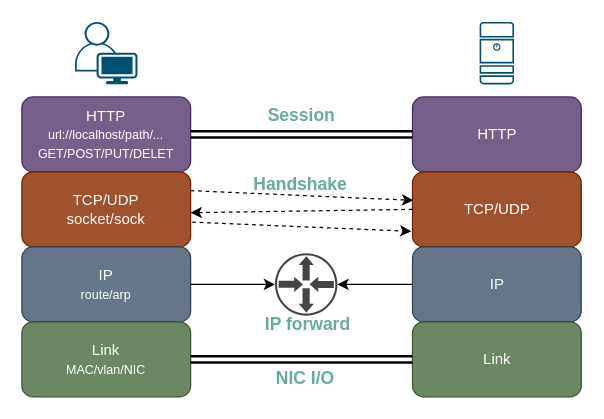
The draw.io diagram page "第 6 页" (6 of 6) of 123.drawio in SunLucc/Test, before the edit. Source tidied: cells renumbered, new cells numbered last; positions are measured from the earlier drawing's top-left corner, leaving out a move shared by most shapes. Both pictures are drawn from the tidied source at 125%, with x=0, y=0 at pixel (21, 21).
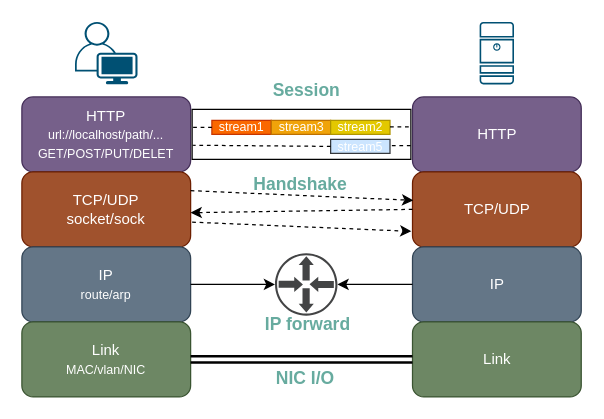
The same diagram, later.

Unchanged cells that the change refers to:
```xml
<mxCell id="2" style="group;" parent="1" vertex="1">
  <mxGeometry width="447.5" height="300" as="geometry" />
</mxCell>
<mxCell id="6" value="HTTP&lt;br style=&quot;font-size: 11px;&quot;&gt;&lt;font size=&quot;1&quot;&gt;url://localhost/path/...&lt;br&gt;GET/POST/PUT/DELET&lt;/font&gt;" style="rounded=1;whiteSpace=wrap;html=1;fillColor=#76608a;fontColor=#ffffff;strokeColor=#432D57;" parent="5" vertex="1">
  <mxGeometry width="135" height="60" as="geometry" />
</mxCell>
<mxCell id="11" value="HTTP" style="rounded=1;whiteSpace=wrap;html=1;fillColor=#76608a;fontColor=#ffffff;strokeColor=#432D57;" parent="10" vertex="1">
  <mxGeometry width="135" height="60" as="geometry" />
</mxCell>
```

Diff of the diagram source:
```diff
@@
-    <mxCell id="22" style="edgeStyle=orthogonalEdgeStyle;rounded=0;jettySize=auto;html=1;exitX=1;exitY=0.5;exitDx=0;exitDy=0;entryX=0;entryY=0.5;entryDx=0;entryDy=0;shape=link;strokeWidth=2;" parent="2" edge="1" source="6" target="11">
-      <mxGeometry relative="1" as="geometry" />
-    </mxCell>
     <mxCell id="23" value="&lt;font color=&quot;#67ab9f&quot;&gt;&lt;b&gt;Session&lt;/b&gt;&lt;/font&gt;" style="text;html=1;strokeColor=none;fillColor=none;align=center;verticalAlign=middle;whiteSpace=wrap;rounded=0;shadow=0;dashed=0;labelBackgroundColor=none;sketch=0;fillStyle=cross-hatch;fontFamily=Helvetica;fontSize=14;fontColor=#3333FF;" parent="2" vertex="1">
-      <mxGeometry x="193.8" y="60" width="60" height="30" as="geometry" />
+      <mxGeometry x="197.5" y="40" width="60" height="30" as="geometry" />
     </mxCell>
@@
+    <mxCell id="27" style="rounded=0;whiteSpace=wrap;html=1;" parent="2" vertex="1">
+      <mxGeometry x="136.2" y="70" width="175" height="40" as="geometry" />
+    </mxCell>
+    <mxCell id="28" style="group;" parent="2" vertex="1">
+      <mxGeometry x="152" y="78.8" width="142.5" height="11.2" as="geometry" />
+    </mxCell>
+    <mxCell id="29" value="&lt;font color=&quot;#ffffff&quot; style=&quot;font-size: 10px;&quot;&gt;stream1&lt;/font&gt;" style="rounded=0;whiteSpace=wrap;html=1;fillColor=#fa6800;strokeColor=#C73500;fontColor=#000000;" parent="28" vertex="1">
+      <mxGeometry width="47.5" height="11.2" as="geometry" />
+    </mxCell>
+    <mxCell id="30" value="&lt;font color=&quot;#ffffff&quot; style=&quot;font-size: 10px;&quot;&gt;stream3&lt;/font&gt;" style="rounded=0;whiteSpace=wrap;html=1;fillColor=#f0a30a;strokeColor=#BD7000;fontColor=#000000;" parent="28" vertex="1">
+      <mxGeometry x="47.5" width="47.5" height="11.2" as="geometry" />
+    </mxCell>
+    <mxCell id="31" value="&lt;font color=&quot;#ffffff&quot; style=&quot;font-size: 10px;&quot;&gt;stream2&lt;/font&gt;" style="rounded=0;whiteSpace=wrap;html=1;fillColor=#e3c800;strokeColor=#B09500;fontColor=#000000;" parent="28" vertex="1">
+      <mxGeometry x="95" width="47.5" height="11.2" as="geometry" />
+    </mxCell>
+    <mxCell id="32" style="edgeStyle=orthogonalEdgeStyle;rounded=0;jettySize=auto;html=1;dashed=1;endArrow=none;endFill=0;" parent="2" edge="1" source="31">
+      <mxGeometry relative="1" as="geometry">
+        <mxPoint x="312" y="84" as="targetPoint" />
+        <Array as="points">
+          <mxPoint x="312" y="84" />
+        </Array>
+      </mxGeometry>
+    </mxCell>
+    <mxCell id="33" style="edgeStyle=orthogonalEdgeStyle;rounded=0;jettySize=auto;html=1;entryX=-0.005;entryY=0.365;entryDx=0;entryDy=0;entryPerimeter=0;exitX=0;exitY=0.5;exitDx=0;exitDy=0;dashed=1;endArrow=none;endFill=0;" parent="2" edge="1" source="29" target="27">
+      <mxGeometry relative="1" as="geometry" />
+    </mxCell>
+    <mxCell id="34" value="&lt;font color=&quot;#ffffff&quot; style=&quot;font-size: 10px;&quot;&gt;stream5&lt;/font&gt;" style="rounded=0;whiteSpace=wrap;html=1;fillColor=#cce5ff;strokeColor=#36393d;" parent="2" vertex="1">
+      <mxGeometry x="247" y="94" width="47.5" height="11.2" as="geometry" />
+    </mxCell>
+    <mxCell id="35" style="edgeStyle=orthogonalEdgeStyle;rounded=0;jettySize=auto;html=1;entryX=0.002;entryY=0.668;entryDx=0;entryDy=0;entryPerimeter=0;exitX=0;exitY=0.5;exitDx=0;exitDy=0;dashed=1;endArrow=none;endFill=0;" parent="2" edge="1" source="34">
+      <mxGeometry relative="1" as="geometry">
+        <mxPoint x="136.6" y="98.7" as="targetPoint" />
+        <Array as="points">
+          <mxPoint x="246" y="100" />
+        </Array>
+      </mxGeometry>
+    </mxCell>
+    <mxCell id="36" style="edgeStyle=orthogonalEdgeStyle;rounded=0;orthogonalLoop=1;jettySize=auto;html=1;dashed=1;endArrow=none;endFill=0;" parent="1" edge="1">
+      <mxGeometry relative="1" as="geometry">
+        <mxPoint x="296" y="99" as="sourcePoint" />
+        <mxPoint x="313" y="99" as="targetPoint" />
+        <Array as="points">
+          <mxPoint x="313" y="99" />
+        </Array>
+      </mxGeometry>
+    </mxCell>
```
